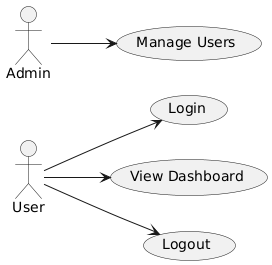
Before: use-case.png, a diagram exported from PlantUML (softwareDesign24/collaborateUML-ucd).
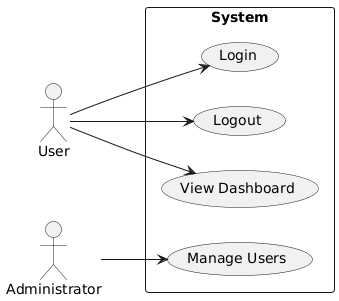
After the commit.

Commit message:
Automated UML diagram generation

The edit, as a diff of the source:
```diff
@@ -2,9 +2,19 @@
 
 left to right direction
 
-:User: --> (Login)
-:User: --> (View Dashboard)
-:User: --> (Logout)
-:Admin: --> (Manage Users)
+actor "User" as usr
+actor "Administrator" as admin
+
+rectangle System {
+  usecase "Login" as UC1
+  usecase "View Dashboard" as UC2
+  usecase "Logout" as UC3
+  usecase "Manage Users" as UC4
+}
+
+usr --> UC1
+usr --> UC2
+usr --> UC3
+admin --> UC4
 
 @enduml
```
